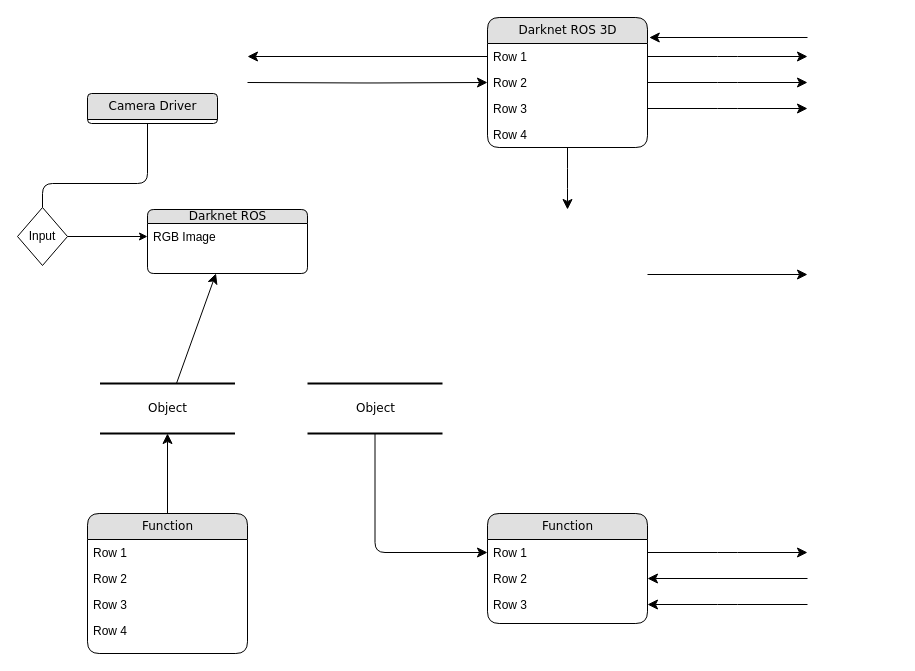
This is diagrams/Untitled Diagram.drawio from fgonzalezr1998/tfg_src, a draw.io file, before an edit. Source tidied: cells renumbered, new cells numbered last; positions are measured from the earlier drawing's top-left corner, leaving out a move shared by most shapes. Both pictures are drawn from the tidied source at 100%, with x=0, y=0 at pixel (17, 17).
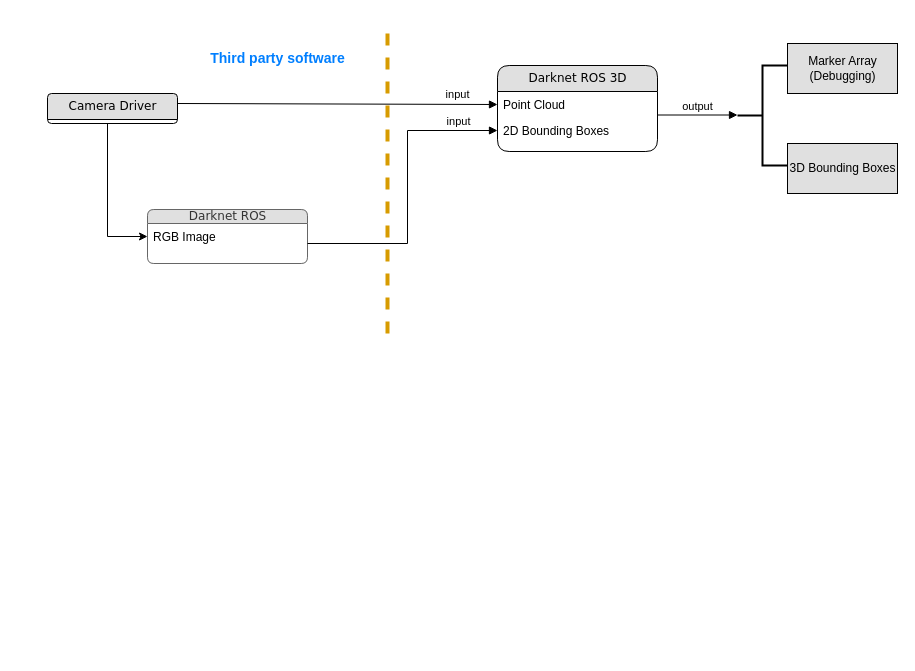
Above is the later version.

Unchanged cells that the change refers to:
```xml
<mxCell id="10" value="RGB Image" style="text;html=1;strokeColor=none;fillColor=none;spacingLeft=4;spacingRight=4;whiteSpace=wrap;overflow=hidden;points=[[0,0.5],[1,0.5]];portConstraint=eastwest;" parent="9" vertex="1">
  <mxGeometry y="14" width="160" height="26" as="geometry" />
</mxCell>
```

Diff of the diagram source:
```diff
@@
-    <mxCell id="2" value="Object" style="html=1;rounded=0;shadow=0;comic=0;labelBackgroundColor=none;strokeWidth=2;fontFamily=Verdana;fontSize=12;align=center;shape=mxgraph.ios7ui.horLines;" parent="1" vertex="1">
-      <mxGeometry x="82.5" y="366" width="135" height="50" as="geometry" />
-    </mxCell>
     <mxCell id="3" value="Camera Driver" style="swimlane;html=1;fontStyle=0;horizontal=1;startSize=26;fillColor=#e0e0e0;swimlaneFillColor=#ffffff;align=center;rounded=1;shadow=0;comic=0;labelBackgroundColor=none;strokeWidth=1;fontFamily=Verdana;fontSize=12;" parent="1" vertex="1" collapsed="1">
-      <mxGeometry x="70" y="76" width="130" height="30" as="geometry" />
+      <mxGeometry x="30" y="76" width="130" height="30" as="geometry" />
     </mxCell>
     <mxCell id="4" value="Darknet ROS 3D" style="swimlane;html=1;fontStyle=0;horizontal=1;startSize=26;fillColor=#e0e0e0;swimlaneFillColor=#ffffff;align=center;rounded=1;shadow=0;comic=0;labelBackgroundColor=none;strokeWidth=1;fontFamily=Verdana;fontSize=12;" parent="1" vertex="1">
-      <mxGeometry x="470" width="160" height="130" as="geometry" />
+      <mxGeometry x="480" y="48" width="160" height="86" as="geometry" />
     </mxCell>
-    <mxCell id="5" value="Row 1" style="text;html=1;strokeColor=none;fillColor=none;spacingLeft=4;spacingRight=4;whiteSpace=wrap;overflow=hidden;points=[[0,0.5],[1,0.5]];portConstraint=eastwest;" parent="4" vertex="1">
+    <mxCell id="5" value="Point Cloud" style="text;html=1;strokeColor=none;fillColor=none;spacingLeft=4;spacingRight=4;whiteSpace=wrap;overflow=hidden;points=[[0,0.5],[1,0.5]];portConstraint=eastwest;" parent="4" vertex="1">
       <mxGeometry y="26" width="160" height="26" as="geometry" />
     </mxCell>
-    <mxCell id="6" value="Row 2" style="text;html=1;strokeColor=none;fillColor=none;spacingLeft=4;spacingRight=4;whiteSpace=wrap;overflow=hidden;points=[[0,0.5],[1,0.5]];portConstraint=eastwest;" parent="4" vertex="1">
+    <mxCell id="6" value="2D Bounding Boxes" style="text;html=1;strokeColor=none;fillColor=none;spacingLeft=4;spacingRight=4;whiteSpace=wrap;overflow=hidden;points=[[0,0.5],[1,0.5]];portConstraint=eastwest;" parent="4" vertex="1">
       <mxGeometry y="52" width="160" height="26" as="geometry" />
     </mxCell>
-    <mxCell id="7" value="Row 3" style="text;html=1;strokeColor=none;fillColor=none;spacingLeft=4;spacingRight=4;whiteSpace=wrap;overflow=hidden;points=[[0,0.5],[1,0.5]];portConstraint=eastwest;" parent="4" vertex="1">
-      <mxGeometry y="78" width="160" height="26" as="geometry" />
-    </mxCell>
-    <mxCell id="8" value="Row 4" style="text;html=1;strokeColor=none;fillColor=none;spacingLeft=4;spacingRight=4;whiteSpace=wrap;overflow=hidden;" parent="4" vertex="1">
-      <mxGeometry y="104" width="160" height="26" as="geometry" />
-    </mxCell>
-    <mxCell id="9" value="Darknet ROS" style="swimlane;html=1;fontStyle=0;horizontal=1;startSize=14;fillColor=#e0e0e0;swimlaneFillColor=#ffffff;align=center;rounded=1;shadow=0;comic=0;labelBackgroundColor=none;strokeWidth=1;fontFamily=Verdana;fontSize=12;" parent="1" vertex="1">
-      <mxGeometry x="130" y="192" width="160" height="64" as="geometry" />
+    <mxCell id="9" value="Darknet ROS" style="swimlane;html=1;fontStyle=0;horizontal=1;startSize=14;swimlaneFillColor=#ffffff;align=center;rounded=1;shadow=0;comic=0;labelBackgroundColor=none;strokeWidth=1;fontFamily=Verdana;fontSize=12;fillColor=#E0E0E0;fontColor=#333333;strokeColor=#666666;" parent="1" vertex="1">
+      <mxGeometry x="130" y="192" width="160" height="54" as="geometry" />
     </mxCell>
@@
-    <mxCell id="11" value="Function" style="swimlane;html=1;fontStyle=0;horizontal=1;startSize=26;fillColor=#e0e0e0;swimlaneFillColor=#ffffff;align=center;rounded=1;shadow=0;comic=0;labelBackgroundColor=none;strokeWidth=1;fontFamily=Verdana;fontSize=12;" parent="1" vertex="1">
-      <mxGeometry x="70" y="496" width="160" height="140" as="geometry" />
-    </mxCell>
-    <mxCell id="12" value="Row 1" style="text;html=1;strokeColor=none;fillColor=none;spacingLeft=4;spacingRight=4;whiteSpace=wrap;overflow=hidden;" parent="11" vertex="1">
-      <mxGeometry y="26" width="160" height="26" as="geometry" />
-    </mxCell>
-    <mxCell id="13" value="Row 2" style="text;html=1;strokeColor=none;fillColor=none;spacingLeft=4;spacingRight=4;whiteSpace=wrap;overflow=hidden;" parent="11" vertex="1">
-      <mxGeometry y="52" width="160" height="26" as="geometry" />
-    </mxCell>
-    <mxCell id="14" value="Row 3" style="text;html=1;strokeColor=none;fillColor=none;spacingLeft=4;spacingRight=4;whiteSpace=wrap;overflow=hidden;" parent="11" vertex="1">
-      <mxGeometry y="78" width="160" height="26" as="geometry" />
-    </mxCell>
-    <mxCell id="15" value="Row 4" style="text;html=1;strokeColor=none;fillColor=none;spacingLeft=4;spacingRight=4;whiteSpace=wrap;overflow=hidden;" parent="11" vertex="1">
-      <mxGeometry y="104" width="160" height="26" as="geometry" />
-    </mxCell>
-    <mxCell id="16" value="Function" style="swimlane;html=1;fontStyle=0;horizontal=1;startSize=26;fillColor=#e0e0e0;swimlaneFillColor=#ffffff;align=center;rounded=1;shadow=0;comic=0;labelBackgroundColor=none;strokeWidth=1;fontFamily=Verdana;fontSize=12;" parent="1" vertex="1">
-      <mxGeometry x="470" y="496" width="160" height="110" as="geometry" />
-    </mxCell>
-    <mxCell id="17" value="Row 1" style="text;html=1;strokeColor=none;fillColor=none;spacingLeft=4;spacingRight=4;whiteSpace=wrap;overflow=hidden;points=[[0,0.5],[1,0.5]];portConstraint=eastwest;" parent="16" vertex="1">
-      <mxGeometry y="26" width="160" height="26" as="geometry" />
-    </mxCell>
-    <mxCell id="18" value="Row 2" style="text;html=1;strokeColor=none;fillColor=none;spacingLeft=4;spacingRight=4;whiteSpace=wrap;overflow=hidden;points=[[0,0.5],[1,0.5]];portConstraint=eastwest;" parent="16" vertex="1">
-      <mxGeometry y="52" width="160" height="26" as="geometry" />
-    </mxCell>
-    <mxCell id="19" value="Row 3" style="text;html=1;strokeColor=none;fillColor=none;spacingLeft=4;spacingRight=4;whiteSpace=wrap;overflow=hidden;points=[[0,0.5],[1,0.5]];portConstraint=eastwest;" parent="16" vertex="1">
-      <mxGeometry y="78" width="160" height="26" as="geometry" />
-    </mxCell>
-    <mxCell id="20" value="Object" style="html=1;rounded=0;shadow=0;comic=0;labelBackgroundColor=none;strokeWidth=2;fontFamily=Verdana;fontSize=12;align=center;shape=mxgraph.ios7ui.horLines;" parent="1" vertex="1">
-      <mxGeometry x="290" y="366" width="135" height="50" as="geometry" />
-    </mxCell>
-    <mxCell id="21" style="edgeStyle=none;html=1;labelBackgroundColor=none;startFill=0;startSize=8;endFill=1;endSize=8;fontFamily=Verdana;fontSize=12;" parent="1" edge="1" source="11" target="2">
-      <mxGeometry relative="1" as="geometry" />
-    </mxCell>
-    <mxCell id="22" style="edgeStyle=none;html=1;labelBackgroundColor=none;startFill=0;startSize=8;endFill=1;endSize=8;fontFamily=Verdana;fontSize=12;" parent="1" edge="1" source="2" target="9">
-      <mxGeometry relative="1" as="geometry" />
-    </mxCell>
-    <mxCell id="23" style="edgeStyle=orthogonalEdgeStyle;html=1;labelBackgroundColor=none;startFill=0;startSize=8;endFill=1;endSize=8;fontFamily=Verdana;fontSize=12;" parent="1" edge="1" source="20" target="17">
-      <mxGeometry x="-0.13" y="32" relative="1" as="geometry" />
-    </mxCell>
-    <mxCell id="24" style="edgeStyle=orthogonalEdgeStyle;html=1;labelBackgroundColor=none;startFill=0;startSize=8;endFill=1;endSize=8;fontFamily=Verdana;fontSize=12;" parent="1" edge="1" source="4">
-      <mxGeometry relative="1" as="geometry">
-        <mxPoint x="550" y="192" as="targetPoint" />
-      </mxGeometry>
-    </mxCell>
-    <mxCell id="25" style="edgeStyle=orthogonalEdgeStyle;html=1;entryX=0;entryY=0.5;labelBackgroundColor=none;startFill=0;startSize=8;endFill=1;endSize=8;fontFamily=Verdana;fontSize=12;exitX=1;exitY=0.5;" parent="1" edge="1" target="6">
-      <mxGeometry relative="1" as="geometry">
-        <mxPoint x="230" y="65" as="sourcePoint" />
-      </mxGeometry>
-    </mxCell>
-    <mxCell id="26" style="edgeStyle=orthogonalEdgeStyle;html=1;exitX=0;exitY=0.5;entryX=1;entryY=0.5;labelBackgroundColor=none;startFill=0;startSize=8;endFill=1;endSize=8;fontFamily=Verdana;fontSize=12;" parent="1" edge="1" source="5">
-      <mxGeometry relative="1" as="geometry">
-        <mxPoint x="230" y="39" as="targetPoint" />
-      </mxGeometry>
-    </mxCell>
-    <mxCell id="27" style="edgeStyle=orthogonalEdgeStyle;html=1;labelBackgroundColor=none;startFill=0;startSize=8;endFill=1;endSize=8;fontFamily=Verdana;fontSize=12;" parent="1" edge="1">
-      <mxGeometry relative="1" as="geometry">
-        <mxPoint x="630" y="257" as="sourcePoint" />
-        <mxPoint x="790" y="257" as="targetPoint" />
-      </mxGeometry>
-    </mxCell>
-    <mxCell id="28" style="edgeStyle=orthogonalEdgeStyle;html=1;exitX=1;exitY=0.5;labelBackgroundColor=none;startFill=0;startSize=8;endFill=1;endSize=8;fontFamily=Verdana;fontSize=12;" parent="1" edge="1" source="17">
-      <mxGeometry relative="1" as="geometry">
-        <mxPoint x="790" y="535" as="targetPoint" />
-      </mxGeometry>
-    </mxCell>
-    <mxCell id="29" style="edgeStyle=orthogonalEdgeStyle;html=1;labelBackgroundColor=none;startFill=0;startSize=8;endFill=1;endSize=8;fontFamily=Verdana;fontSize=12;entryX=1;entryY=0.5;" parent="1" edge="1" target="18">
-      <mxGeometry relative="1" as="geometry">
-        <mxPoint x="790" y="561" as="sourcePoint" />
-        <Array as="points">
-          <mxPoint x="790" y="561" />
-        </Array>
-      </mxGeometry>
-    </mxCell>
-    <mxCell id="30" style="edgeStyle=orthogonalEdgeStyle;html=1;labelBackgroundColor=none;startFill=0;startSize=8;endFill=1;endSize=8;fontFamily=Verdana;fontSize=12;entryX=1;entryY=0.5;" parent="1" edge="1" target="19">
-      <mxGeometry relative="1" as="geometry">
-        <mxPoint x="790" y="587" as="sourcePoint" />
-        <Array as="points">
-          <mxPoint x="710" y="587" />
-          <mxPoint x="710" y="587" />
-        </Array>
-      </mxGeometry>
-    </mxCell>
-    <mxCell id="31" style="edgeStyle=orthogonalEdgeStyle;html=1;exitX=1;exitY=0.5;labelBackgroundColor=none;startFill=0;startSize=8;endFill=1;endSize=8;fontFamily=Verdana;fontSize=12;" parent="1" edge="1" source="5">
-      <mxGeometry relative="1" as="geometry">
-        <mxPoint x="790" y="39" as="targetPoint" />
-      </mxGeometry>
-    </mxCell>
-    <mxCell id="32" style="edgeStyle=orthogonalEdgeStyle;html=1;exitX=1;exitY=0.5;labelBackgroundColor=none;startFill=0;startSize=8;endFill=1;endSize=8;fontFamily=Verdana;fontSize=12;" parent="1" edge="1" source="6">
-      <mxGeometry relative="1" as="geometry">
-        <mxPoint x="790" y="65" as="targetPoint" />
-      </mxGeometry>
-    </mxCell>
-    <mxCell id="33" style="edgeStyle=orthogonalEdgeStyle;html=1;exitX=1;exitY=0.5;labelBackgroundColor=none;startFill=0;startSize=8;endFill=1;endSize=8;fontFamily=Verdana;fontSize=12;" parent="1" edge="1" source="7">
-      <mxGeometry relative="1" as="geometry">
-        <mxPoint x="790" y="91" as="targetPoint" />
-      </mxGeometry>
-    </mxCell>
-    <mxCell id="34" style="edgeStyle=elbowEdgeStyle;html=1;labelBackgroundColor=none;startFill=0;startSize=8;endFill=1;endSize=8;fontFamily=Verdana;fontSize=12;elbow=vertical;entryX=1.011;entryY=0.152;entryPerimeter=0;" parent="1" edge="1" target="4">
-      <mxGeometry relative="1" as="geometry">
-        <mxPoint x="790" y="20" as="sourcePoint" />
-        <Array as="points">
-          <mxPoint x="720" y="20" />
-        </Array>
-      </mxGeometry>
-    </mxCell>
-    <mxCell id="35" style="edgeStyle=orthogonalEdgeStyle;rounded=0;jettySize=auto;html=1;entryX=0;entryY=0.5;entryDx=0;entryDy=0;" parent="1" edge="1" source="36" target="10">
-      <mxGeometry relative="1" as="geometry" />
+    <mxCell id="35" style="edgeStyle=orthogonalEdgeStyle;rounded=0;jettySize=auto;html=1;entryX=0;entryY=0.5;entryDx=0;entryDy=0;exitX=0.5;exitY=1;exitDx=0;exitDy=0;" parent="1" edge="1" source="3" target="10">
+      <mxGeometry relative="1" as="geometry">
+        <Array as="points">
+          <mxPoint x="90" y="106" />
+          <mxPoint x="90" y="219" />
+        </Array>
+      </mxGeometry>
     </mxCell>
-    <mxCell id="36" value="Input" style="rhombus;whiteSpace=wrap;html=1;" parent="1" vertex="1">
-      <mxGeometry y="190" width="50" height="58" as="geometry" />
-    </mxCell>
-    <mxCell id="37" style="edgeStyle=orthogonalEdgeStyle;html=1;labelBackgroundColor=none;startFill=0;startSize=8;endFill=1;endSize=8;fontFamily=Verdana;fontSize=12;endArrow=none;" parent="1" edge="1" source="3" target="36">
-      <mxGeometry relative="1" as="geometry">
-        <Array as="points">
-          <mxPoint x="130" y="166" />
-          <mxPoint x="25" y="166" />
-        </Array>
-      </mxGeometry>
-    </mxCell>
+    <mxCell id="38" value="input" style="html=1;verticalAlign=bottom;endArrow=block;rounded=0;entryX=0;entryY=0.5;entryDx=0;entryDy=0;" parent="1" edge="1" target="5">
+      <mxGeometry x="0.75" y="1" relative="1" as="geometry">
+        <mxPoint x="160" y="86" as="sourcePoint" />
+      </mxGeometry>
+    </mxCell>
+    <mxCell id="39" value="input" style="html=1;verticalAlign=bottom;endArrow=block;rounded=0;entryX=0;entryY=0.5;entryDx=0;entryDy=0;" parent="1" edge="1" target="6">
+      <mxGeometry x="0.74" relative="1" as="geometry">
+        <mxPoint x="290" y="226" as="sourcePoint" />
+        <Array as="points">
+          <mxPoint x="390" y="226" />
+          <mxPoint x="390" y="113" />
+        </Array>
+      </mxGeometry>
+    </mxCell>
+    <mxCell id="40" style="strokeWidth=2;html=1;shape=mxgraph.flowchart.annotation_2;align=left;labelPosition=right;fillColor=#E0E0E0;" parent="1" vertex="1">
+      <mxGeometry x="720" y="48" width="50" height="100" as="geometry" />
+    </mxCell>
+    <mxCell id="41" value="output" style="html=1;verticalAlign=bottom;endArrow=block;rounded=0;" parent="1" edge="1">
+      <mxGeometry relative="1" as="geometry">
+        <mxPoint x="640" y="97.5" as="sourcePoint" />
+        <mxPoint x="720" y="97.5" as="targetPoint" />
+      </mxGeometry>
+    </mxCell>
+    <mxCell id="42" value="&lt;div&gt;Marker Array&lt;/div&gt;&lt;div&gt;(Debugging)&lt;br&gt;&lt;/div&gt;" style="html=1;fillColor=#E0E0E0;" parent="1" vertex="1">
+      <mxGeometry x="770" y="26" width="110" height="50" as="geometry" />
+    </mxCell>
+    <mxCell id="43" value="3D Bounding Boxes" style="html=1;fillColor=#E0E0E0;" parent="1" vertex="1">
+      <mxGeometry x="770" y="126" width="110" height="50" as="geometry" />
+    </mxCell>
+    <mxCell id="44" style="endArrow=none;dashed=1;html=1;rounded=0;fillColor=#ffe6cc;strokeColor=#d79b00;strokeWidth=4;" parent="1" edge="1">
+      <mxGeometry relative="1" as="geometry">
+        <mxPoint x="370" y="316" as="sourcePoint" />
+        <mxPoint x="370" y="6" as="targetPoint" />
+      </mxGeometry>
+    </mxCell>
+    <mxCell id="45" value="&lt;div style=&quot;font-size: 14px;&quot;&gt;&lt;font color=&quot;#007FFF&quot;&gt;&lt;b&gt;&lt;font style=&quot;font-size: 14px;&quot;&gt;Third party software&lt;/font&gt;&lt;/b&gt;&lt;/font&gt;&lt;/div&gt;" style="text;html=1;align=center;verticalAlign=middle;strokeColor=none;fillColor=none;fontSize=13;" parent="1" vertex="1">
+      <mxGeometry x="180" y="26" width="160" height="30" as="geometry" />
+    </mxCell>
```
